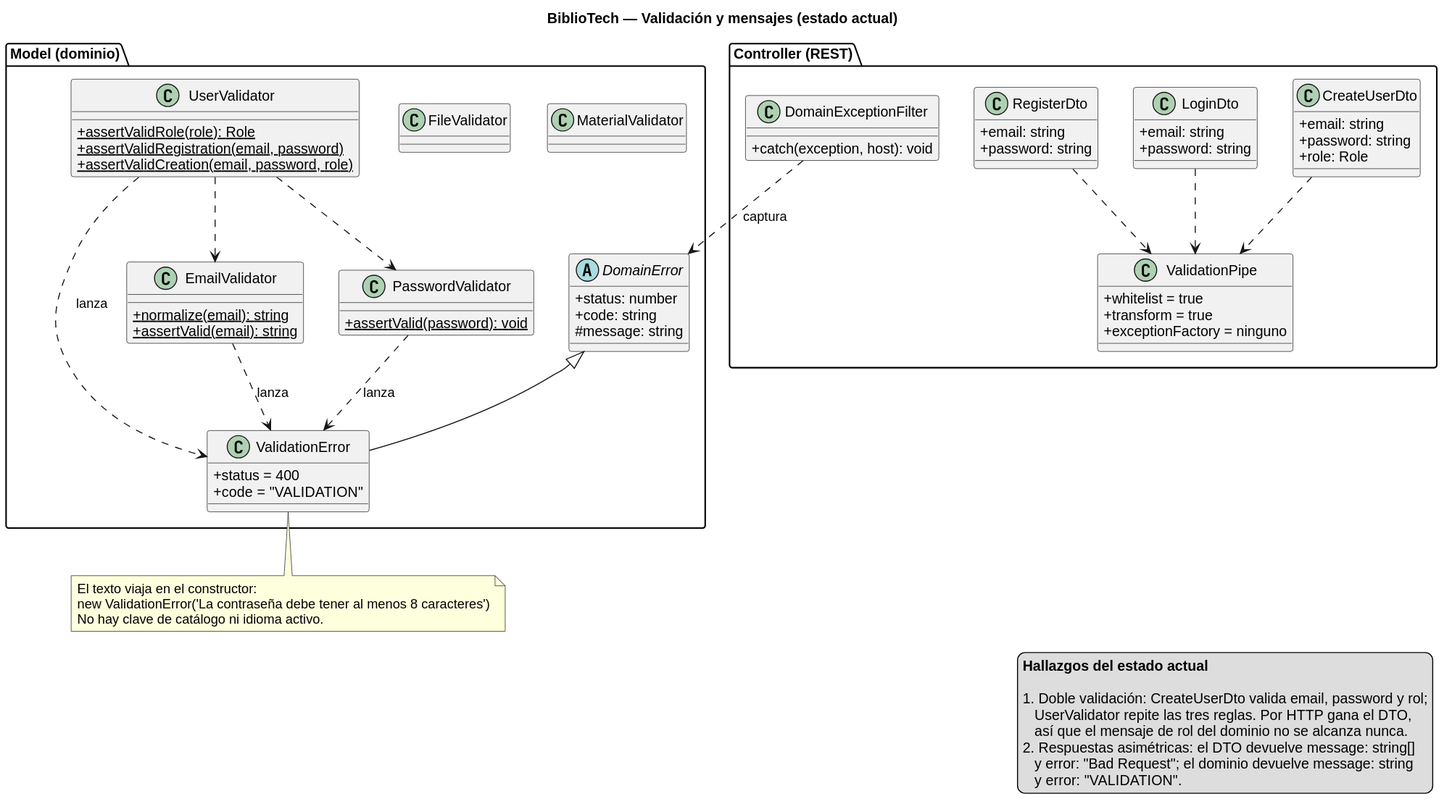
This is 2026-10-13-laboratorio-validator-module/docs/diagrams/class-validation.svg from estebanmatias92/tecnicatura-practicas-profesionalizantes-ii, a PlantUML export, as it was before one commit.
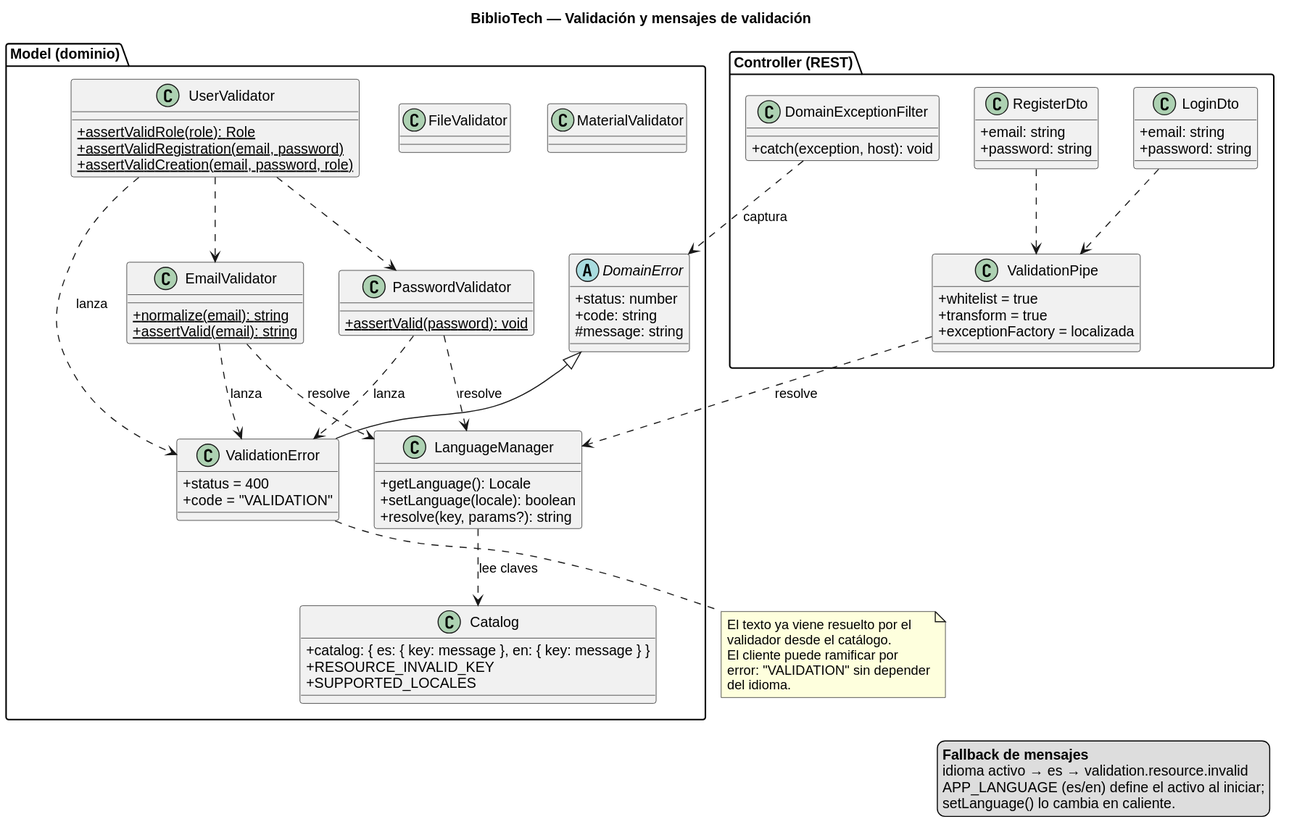
Later version of the same file.

The edit, as a diff of the source:
```diff
@@ -1,5 +1,5 @@
 @startuml
-title BiblioTech — Validación y mensajes (estado actual)
+title BiblioTech — Validación y mensajes de validación
 
 skinparam classAttributeIconSize 0
 skinparam shadowing false
@@ -32,6 +32,18 @@
     +{static} assertValid(password): void
   }
 
+  class Catalog {
+    +catalog: { es: { key: message }, en: { key: message } }
+    +RESOURCE_INVALID_KEY
+    +SUPPORTED_LOCALES
+  }
+
+  class LanguageManager {
+    +getLanguage(): Locale
+    +setLanguage(locale): boolean
+    +resolve(key, params?): string
+  }
+
   class FileValidator
   class MaterialValidator
 
@@ -41,6 +53,9 @@
   EmailValidator ..> ValidationError : lanza
   PasswordValidator ..> ValidationError : lanza
   UserValidator ..> ValidationError : lanza
+  EmailValidator ..> LanguageManager : resolve
+  PasswordValidator ..> LanguageManager : resolve
+  LanguageManager ..> Catalog : lee claves
 }
 
 package "Controller (REST)" as Controller {
@@ -55,16 +70,10 @@
     +password: string
   }
 
-  class CreateUserDto {
-    +email: string
-    +password: string
-    +role: Role
-  }
-
   class ValidationPipe {
     +whitelist = true
     +transform = true
-    +exceptionFactory = ninguno
+    +exceptionFactory = localizada
   }
 
   class DomainExceptionFilter {
@@ -74,23 +83,21 @@
 
 RegisterDto ..> ValidationPipe
 LoginDto ..> ValidationPipe
-CreateUserDto ..> ValidationPipe
+ValidationPipe ..> LanguageManager : resolve
 DomainExceptionFilter ..> DomainError : captura
 
 note bottom of ValidationError
-  El texto viaja en el constructor:
-  new ValidationError('La contraseña debe tener al menos 8 caracteres')
-  No hay clave de catálogo ni idioma activo.
+  El texto ya viene resuelto por el
+  validador desde el catálogo.
+  El cliente puede ramificar por
+  error: "VALIDATION" sin depender
+  del idioma.
 end note
 
 legend right
-  **Hallazgos del estado actual**
-
-  1. Doble validación: CreateUserDto valida email, password y rol;
-     UserValidator repite las tres reglas. Por HTTP gana el DTO,
-     así que el mensaje de rol del dominio no se alcanza nunca.
-  2. Respuestas asimétricas: el DTO devuelve message: string[]
-     y error: "Bad Request"; el dominio devuelve message: string
-     y error: "VALIDATION".
+  **Fallback de mensajes**
+  idioma activo → es → validation.resource.invalid
+  APP_LANGUAGE (es/en) define el activo al iniciar;
+  setLanguage() lo cambia en caliente.
 endlegend
 @enduml
```
